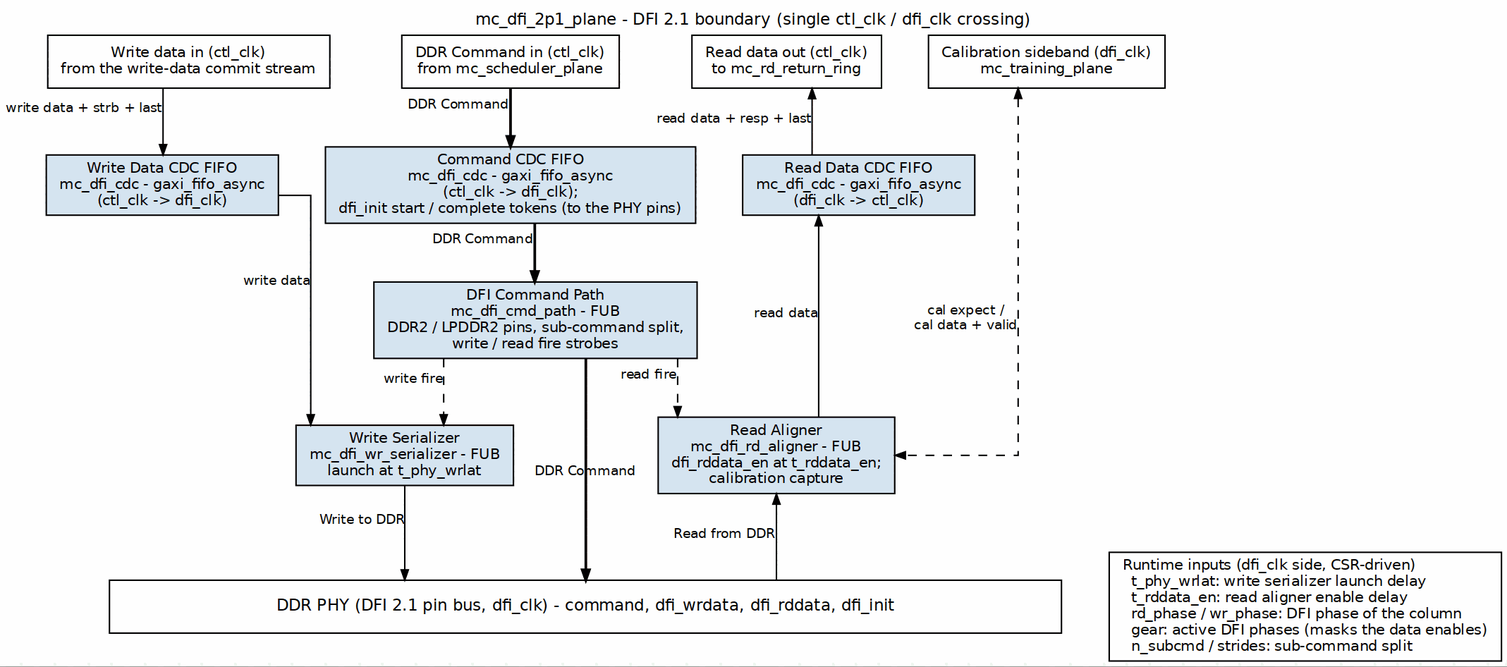
This is projects/components/mem-ctrl-ip/common-ip/docs/common_mas/assets/graphviz/06_mc_dfi_2p1_plane.png from sean-galloway/RTLDesignSherpa, a Graphviz export, as it was before one commit. Its source is kept beside it as projects/components/mem-ctrl-ip/common-ip/docs/common_mas/assets/graphviz/06_mc_dfi_2p1_plane.dot.
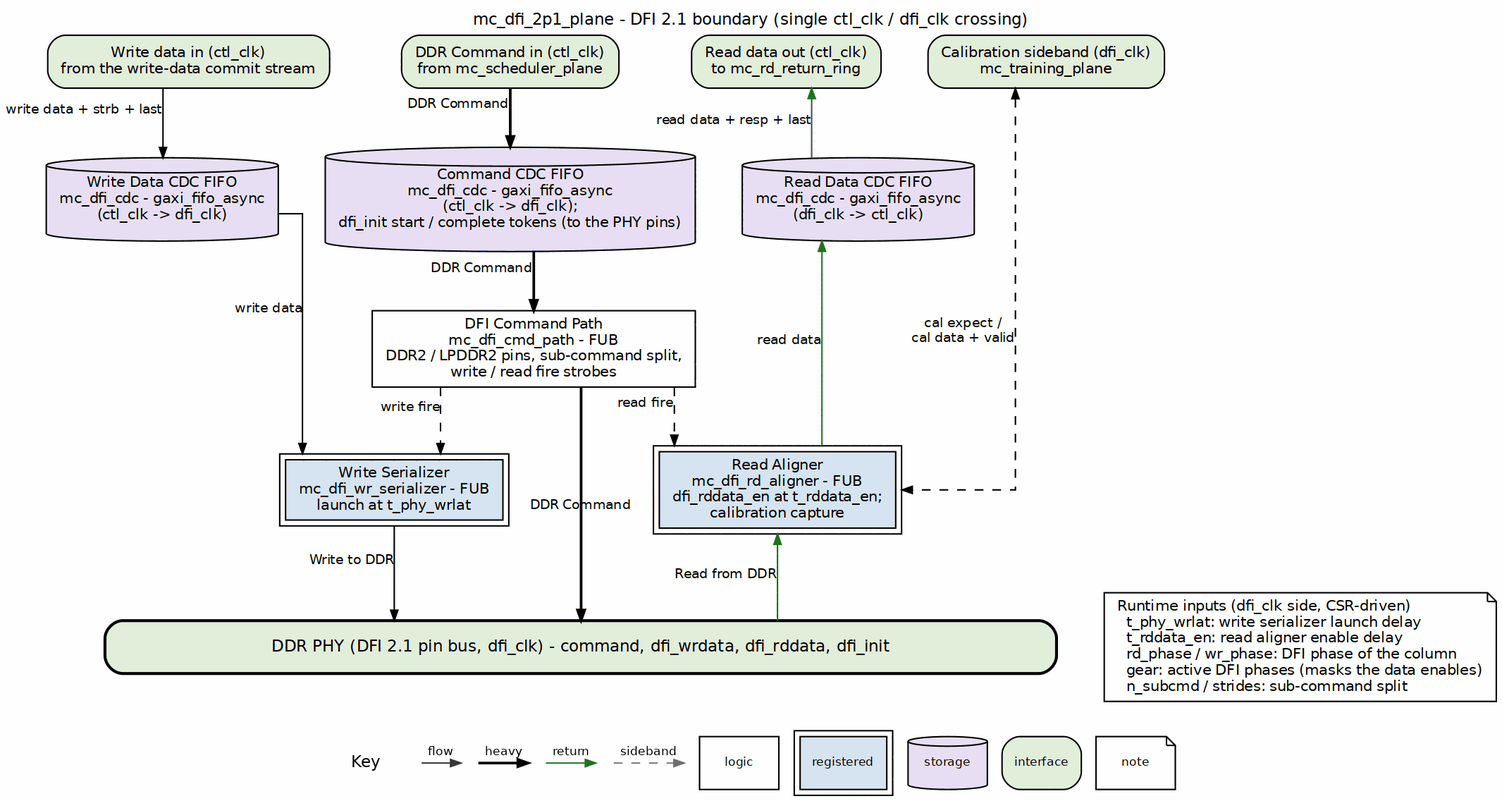
After the commit.

The edit, as a diff of the source:
```diff
@@ -3,24 +3,24 @@
            nodesep="0.45", ranksep="0.55", splines=ortho,
            label="mc_dfi_2p1_plane - DFI 2.1 boundary (single ctl_clk / dfi_clk crossing)", labelloc=t, labeljust=c];
     node  [fontname="Helvetica", fontsize=10, shape=box, style=filled,
-           fillcolor="#D6E4F0", color="black", margin="0.12,0.06"];
+           fillcolor="white", color="black", margin="0.12,0.06"];
     edge  [fontname="Helvetica", fontsize=9, color="black", arrowsize=0.7];
 
-    p_wd  [label="Write data in (ctl_clk)\nfrom the write-data commit stream", fillcolor="white"];
-    p_cmd [label="DDR Command in (ctl_clk)\nfrom mc_scheduler_plane", fillcolor="white"];
-    p_rd  [label="Read data out (ctl_clk)\nto mc_rd_return_ring", fillcolor="white"];
-    p_cal [label="Calibration sideband (dfi_clk)\nmc_training_plane", fillcolor="white"];
+    p_wd  [label="Write data in (ctl_clk)\nfrom the write-data commit stream", fillcolor="white", style="rounded,filled", fillcolor="#E2EFDA"];
+    p_cmd [label="DDR Command in (ctl_clk)\nfrom mc_scheduler_plane", fillcolor="white", style="rounded,filled", fillcolor="#E2EFDA"];
+    p_rd  [label="Read data out (ctl_clk)\nto mc_rd_return_ring", fillcolor="white", style="rounded,filled", fillcolor="#E2EFDA"];
+    p_cal [label="Calibration sideband (dfi_clk)\nmc_training_plane", fillcolor="white", style="rounded,filled", fillcolor="#E2EFDA"];
 
-    cdc_wd  [label="Write Data CDC FIFO\nmc_dfi_cdc - gaxi_fifo_async\n(ctl_clk -> dfi_clk)"];
-    cdc_cmd [label="Command CDC FIFO\nmc_dfi_cdc - gaxi_fifo_async\n(ctl_clk -> dfi_clk);\ndfi_init start / complete tokens (to the PHY pins)"];
-    cdc_rd  [label="Read Data CDC FIFO\nmc_dfi_cdc - gaxi_fifo_async\n(dfi_clk -> ctl_clk)"];
+    cdc_wd  [label="Write Data CDC FIFO\nmc_dfi_cdc - gaxi_fifo_async\n(ctl_clk -> dfi_clk)", shape=cylinder, style="filled", fillcolor="#E8DFF5"];
+    cdc_cmd [label="Command CDC FIFO\nmc_dfi_cdc - gaxi_fifo_async\n(ctl_clk -> dfi_clk);\ndfi_init start / complete tokens (to the PHY pins)", shape=cylinder, style="filled", fillcolor="#E8DFF5"];
+    cdc_rd  [label="Read Data CDC FIFO\nmc_dfi_cdc - gaxi_fifo_async\n(dfi_clk -> ctl_clk)", shape=cylinder, style="filled", fillcolor="#E8DFF5"];
 
-    cmd_path [label="DFI Command Path\nmc_dfi_cmd_path - FUB\nDDR2 / LPDDR2 pins, sub-command split,\nwrite / read fire strobes"];
-    wr_ser   [label="Write Serializer\nmc_dfi_wr_serializer - FUB\nlaunch at t_phy_wrlat"];
-    rd_al    [label="Read Aligner\nmc_dfi_rd_aligner - FUB\ndfi_rddata_en at t_rddata_en;\ncalibration capture"];
+    cmd_path [label="DFI Command Path\nmc_dfi_cmd_path - FUB\nDDR2 / LPDDR2 pins, sub-command split,\nwrite / read fire strobes", style="filled", fillcolor="white"];
+    wr_ser   [label="Write Serializer\nmc_dfi_wr_serializer - FUB\nlaunch at t_phy_wrlat", peripheries=2, style="filled", fillcolor="#D6E4F0"];
+    rd_al    [label="Read Aligner\nmc_dfi_rd_aligner - FUB\ndfi_rddata_en at t_rddata_en;\ncalibration capture", peripheries=2, style="filled", fillcolor="#D6E4F0"];
 
-    bar    [label="DDR PHY (DFI 2.1 pin bus, dfi_clk) - command, dfi_wrdata, dfi_rddata, dfi_init", fillcolor="white", width=9, height=0.5, fontsize=11];
-    legend [label="Runtime inputs (dfi_clk side, CSR-driven)\l  t_phy_wrlat: write serializer launch delay\l  t_rddata_en: read aligner enable delay\l  rd_phase / wr_phase: DFI phase of the column\l  gear: active DFI phases (masks the data enables)\l  n_subcmd / strides: sub-command split\l", fillcolor="white"];
+    bar    [label="DDR PHY (DFI 2.1 pin bus, dfi_clk) - command, dfi_wrdata, dfi_rddata, dfi_init", fillcolor="white", width=9, height=0.5, fontsize=11, style="rounded,filled,bold", fillcolor="#E2EFDA"];
+    legend [label="Runtime inputs (dfi_clk side, CSR-driven)\l  t_phy_wrlat: write serializer launch delay\l  t_rddata_en: read aligner enable delay\l  rd_phase / wr_phase: DFI phase of the column\l  gear: active DFI phases (masks the data enables)\l  n_subcmd / strides: sub-command split\l", fillcolor="white", shape=note];
 
     p_wd   -> cdc_wd [xlabel="write data + strb + last"];
     cdc_wd -> wr_ser [xlabel="write data"];
@@ -32,9 +32,9 @@
     cmd_path -> wr_ser   [style=dashed, xlabel="write fire"];
     cmd_path -> rd_al    [style=dashed, xlabel="read fire"];
 
-    rd_al  -> bar    [dir=back, xlabel="Read from DDR"];
-    cdc_rd -> rd_al  [dir=back, xlabel="read data"];
-    p_rd   -> cdc_rd [dir=back, xlabel="read data + resp + last"];
+    rd_al  -> bar    [color="#1A7A1A", dir=back, xlabel="Read from DDR"];
+    cdc_rd -> rd_al  [color="#1A7A1A", dir=back, xlabel="read data"];
+    p_rd   -> cdc_rd [color="#1A7A1A", dir=back, xlabel="read data + resp + last"];
     p_cal -> rd_al [dir=both, style=dashed, xlabel="cal expect /\ncal data + valid"];
 
     { rank=same; p_wd; p_cmd; p_rd; p_cal; }
```
